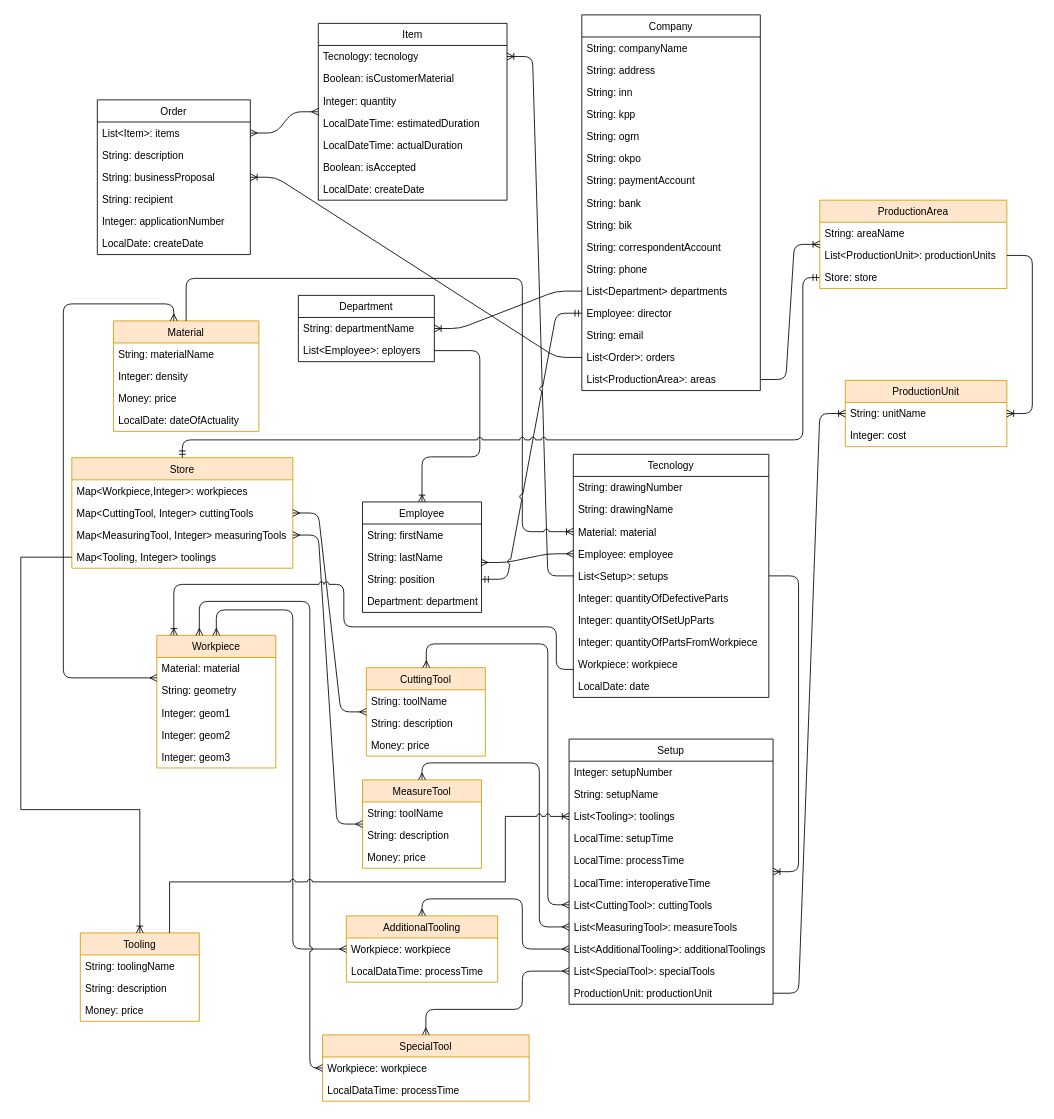
This is erp.drawio from Shaman58/sfsb, a draw.io file, before an edit. Source tidied: cells renumbered, new cells numbered last; positions are measured from the earlier drawing's top-left corner, leaving out a move shared by most shapes. Both pictures are drawn from the tidied source at 85%, with x=0, y=0 at pixel (20, 14).
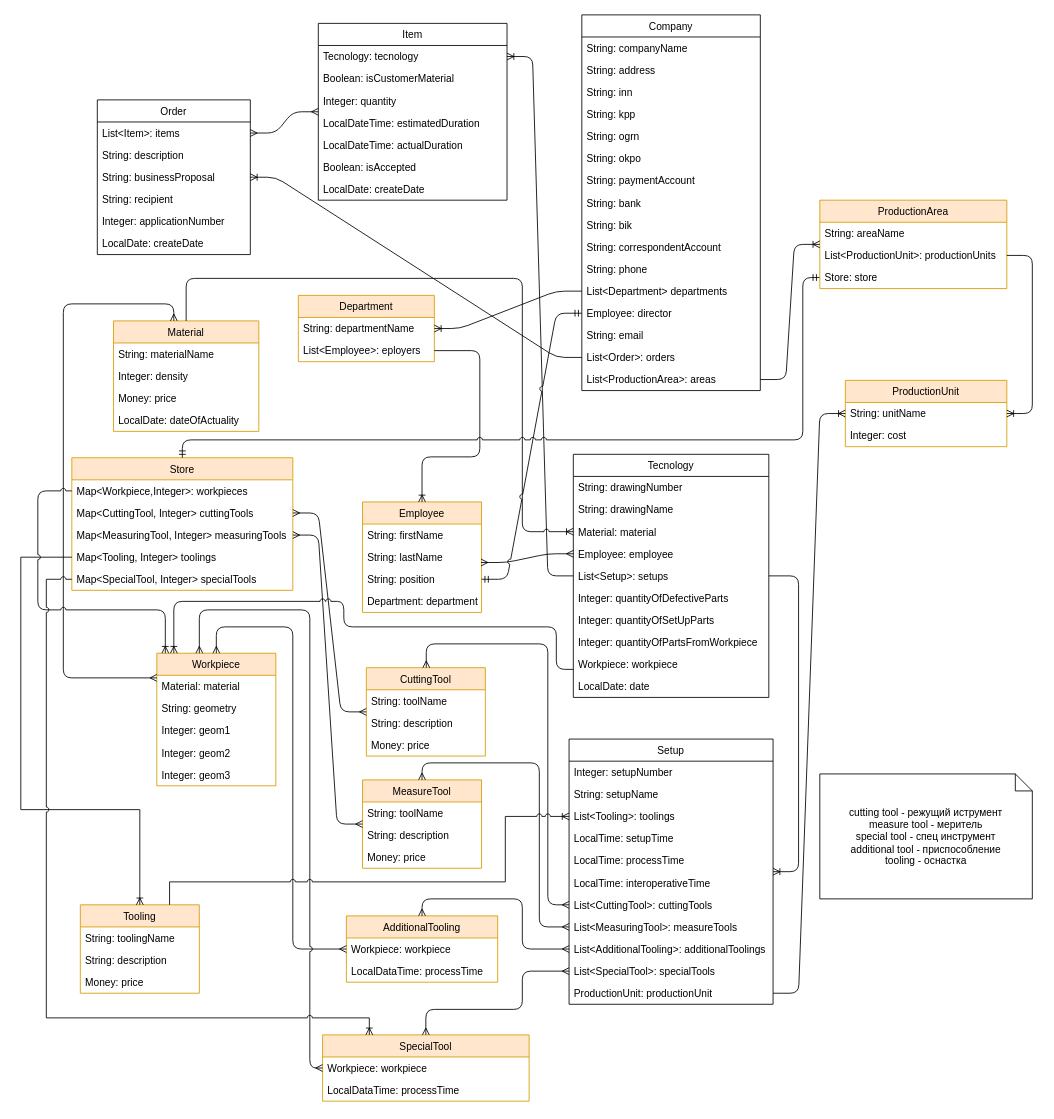
After the change.

The change refers to these unchanged cells:
```xml
<mxCell id="27" value="Workpiece: workpiece" style="text;strokeColor=none;fillColor=none;align=left;verticalAlign=top;spacingLeft=4;spacingRight=4;overflow=hidden;points=[[0,0.5],[1,0.5]];portConstraint=eastwest;" parent="18" vertex="1">
  <mxGeometry y="234" width="230" height="26" as="geometry" />
</mxCell>
<mxCell id="76" value="Map&lt;Workpiece,Integer&gt;: workpieces" style="text;strokeColor=none;fillColor=none;align=left;verticalAlign=top;spacingLeft=4;spacingRight=4;overflow=hidden;points=[[0,0.5],[1,0.5]];portConstraint=eastwest;" parent="75" vertex="1">
  <mxGeometry y="26" width="260" height="26" as="geometry" />
</mxCell>
<mxCell id="90" value="Setup" style="swimlane;fontStyle=0;horizontal=1;startSize=26;fillColor=none;fontSize=12;fontColor=#000000;" parent="1" vertex="1">
  <mxGeometry x="645" y="852" width="240" height="312" as="geometry" />
</mxCell>
<mxCell id="105" value="Workpiece: workpiece" style="text;strokeColor=none;fillColor=none;align=left;verticalAlign=top;spacingLeft=4;spacingRight=4;overflow=hidden;points=[[0,0.5],[1,0.5]];portConstraint=eastwest;" parent="104" vertex="1">
  <mxGeometry y="26" width="178" height="26" as="geometry" />
</mxCell>
<mxCell id="108" value="SpecialTool" style="swimlane;fontStyle=0;horizontal=1;startSize=26;fillColor=#ffe6cc;fontSize=12;strokeColor=#d79b00;" parent="1" vertex="1">
  <mxGeometry x="355" y="1200" width="243" height="78" as="geometry" />
</mxCell>
<mxCell id="109" value="Workpiece: workpiece" style="text;strokeColor=none;fillColor=none;align=left;verticalAlign=top;spacingLeft=4;spacingRight=4;overflow=hidden;points=[[0,0.5],[1,0.5]];portConstraint=eastwest;" parent="108" vertex="1">
  <mxGeometry y="26" width="243" height="26" as="geometry" />
</mxCell>
```

What changed in the source:
```diff
@@
-    <mxCell id="36" value="Employee" style="swimlane;fontStyle=0;horizontal=1;startSize=26;fillColor=none;fontSize=12;fontColor=#000000;" parent="1" vertex="1">
+    <mxCell id="36" value="Employee" style="swimlane;fontStyle=0;horizontal=1;startSize=26;fillColor=#ffe6cc;fontSize=12;strokeColor=#d79b00;" parent="1" vertex="1">
       <mxGeometry x="402" y="573" width="140" height="130" as="geometry" />
     </mxCell>
@@
-    <mxCell id="42" value="Department" style="swimlane;fontStyle=0;horizontal=1;startSize=26;fillColor=none;fontSize=12;fontColor=#000000;" parent="1" vertex="1">
+    <mxCell id="42" value="Department" style="swimlane;fontStyle=0;horizontal=1;startSize=26;fillColor=#ffe6cc;fontSize=12;strokeColor=#d79b00;" parent="1" vertex="1">
       <mxGeometry x="326.5" y="330" width="160" height="78" as="geometry" />
     </mxCell>
@@
     <mxCell id="75" value="Store" style="swimlane;fontStyle=0;horizontal=1;startSize=26;fillColor=#ffe6cc;fontSize=12;strokeColor=#d79b00;" parent="1" vertex="1">
-      <mxGeometry x="60" y="521" width="260" height="130" as="geometry" />
+      <mxGeometry x="60" y="521" width="260" height="156" as="geometry" />
     </mxCell>
@@
+    <mxCell id="131" value="Map&lt;SpecialTool, Integer&gt; specialTools" style="text;strokeColor=none;fillColor=none;align=left;verticalAlign=top;spacingLeft=4;spacingRight=4;overflow=hidden;points=[[0,0.5],[1,0.5]];portConstraint=eastwest;" parent="75" vertex="1">
+      <mxGeometry y="130" width="260" height="26" as="geometry" />
+    </mxCell>
@@
     <mxCell id="83" value="Workpiece" style="swimlane;fontStyle=0;horizontal=1;startSize=26;fillColor=#ffe6cc;fontSize=12;strokeColor=#d79b00;" parent="1" vertex="1">
-      <mxGeometry x="160" y="730" width="140" height="156" as="geometry" />
+      <mxGeometry x="160" y="751" width="140" height="156" as="geometry" />
     </mxCell>
@@
-    <mxCell id="91" value="Integer: setupNumber" style="text;strokeColor=none;fillColor=none;align=left;verticalAlign=top;spacingLeft=4;spacingRight=4;overflow=hidden;" parent="90" vertex="1">
+    <mxCell id="91" value="Integer: setupNumber" style="text;strokeColor=none;fillColor=none;align=left;verticalAlign=top;spacingLeft=4;spacingRight=4;overflow=hidden;glass=0;" parent="90" vertex="1">
       <mxGeometry y="26" width="240" height="26" as="geometry" />
     </mxCell>
@@
-    <mxCell id="98" value="List&lt;MeasuringTool&gt;: measureTools" style="text;strokeColor=none;fillColor=none;align=left;verticalAlign=top;spacingLeft=4;spacingRight=4;overflow=hidden;points=[[0,0.5],[1,0.5]];portConstraint=eastwest;" parent="90" vertex="1">
+    <mxCell id="98" value="List&lt;MeasuringTool&gt;: measureTools" style="text;strokeColor=none;fillColor=none;align=left;verticalAlign=top;spacingLeft=4;spacingRight=4;overflow=hidden;points=[[0,0.5],[1,0.5]];portConstraint=eastwest;glass=0;" parent="90" vertex="1">
       <mxGeometry y="208" width="240" height="26" as="geometry" />
     </mxCell>
@@
     <mxCell id="102" style="edgeStyle=orthogonalEdgeStyle;fontSize=12;html=1;endArrow=ERoneToMany;shadow=0;strokeColor=#000000;jumpStyle=arc;" parent="1" edge="1" source="27" target="83">
       <mxGeometry relative="1" as="geometry">
         <Array as="points">
           <mxPoint x="630" y="770" />
           <mxPoint x="630" y="720" />
           <mxPoint x="380" y="720" />
-          <mxPoint x="380" y="670" />
-          <mxPoint x="180" y="670" />
+          <mxPoint x="380" y="690" />
+          <mxPoint x="180" y="690" />
         </Array>
       </mxGeometry>
     </mxCell>
@@
     <mxCell id="107" style="edgeStyle=orthogonalEdgeStyle;fontSize=12;html=1;endArrow=ERmany;startArrow=ERmany;shadow=0;strokeColor=#000000;jumpStyle=arc;" parent="1" edge="1" source="83" target="105">
       <mxGeometry relative="1" as="geometry">
         <Array as="points">
-          <mxPoint x="230" y="700" />
-          <mxPoint x="320" y="700" />
+          <mxPoint x="230" y="720" />
+          <mxPoint x="320" y="720" />
           <mxPoint x="320" y="1099" />
         </Array>
       </mxGeometry>
     </mxCell>
@@
     <mxCell id="111" style="edgeStyle=orthogonalEdgeStyle;fontSize=12;html=1;endArrow=ERmany;startArrow=ERmany;shadow=0;strokeColor=#000000;entryX=0;entryY=0.5;entryDx=0;entryDy=0;jumpStyle=arc;" parent="1" edge="1" source="83" target="109">
       <mxGeometry relative="1" as="geometry">
         <Array as="points">
-          <mxPoint x="210" y="690" />
-          <mxPoint x="340" y="690" />
+          <mxPoint x="210" y="700" />
+          <mxPoint x="340" y="700" />
           <mxPoint x="340" y="1239" />
         </Array>
       </mxGeometry>
     </mxCell>
@@
     <mxCell id="125" value="Tooling" style="swimlane;fontStyle=0;horizontal=1;startSize=26;fillColor=#ffe6cc;fontSize=12;strokeColor=#d79b00;" parent="1" vertex="1">
-      <mxGeometry x="70" y="1080" width="140" height="104" as="geometry" />
+      <mxGeometry x="70" y="1047" width="140" height="104" as="geometry" />
     </mxCell>
@@
+    <mxCell id="132" style="edgeStyle=orthogonalEdgeStyle;fontSize=12;html=1;endArrow=ERoneToMany;jumpStyle=arc;shadow=0;rounded=1;" parent="1" edge="1" source="76" target="83">
+      <mxGeometry relative="1" as="geometry">
+        <Array as="points">
+          <mxPoint x="20" y="560" />
+          <mxPoint x="20" y="700" />
+          <mxPoint x="170" y="700" />
+        </Array>
+      </mxGeometry>
+    </mxCell>
+    <mxCell id="133" value="cutting tool - режущий иструмент&lt;br&gt;measure tool - меритель&lt;br&gt;special tool - спец инструмент&lt;br&gt;additional tool - приспособление&lt;br&gt;tooling - оснастка" style="shape=note;size=20;whiteSpace=wrap;html=1;" parent="1" vertex="1">
+      <mxGeometry x="940" y="893" width="250" height="147" as="geometry" />
+    </mxCell>
+    <mxCell id="134" style="edgeStyle=orthogonalEdgeStyle;fontSize=12;html=1;endArrow=ERoneToMany;rounded=0;jumpStyle=arc;" parent="1" edge="1" source="131" target="108">
+      <mxGeometry relative="1" as="geometry">
+        <Array as="points">
+          <mxPoint x="30" y="664" />
+          <mxPoint x="30" y="1180" />
+          <mxPoint x="410" y="1180" />
+        </Array>
+      </mxGeometry>
+    </mxCell>
```
